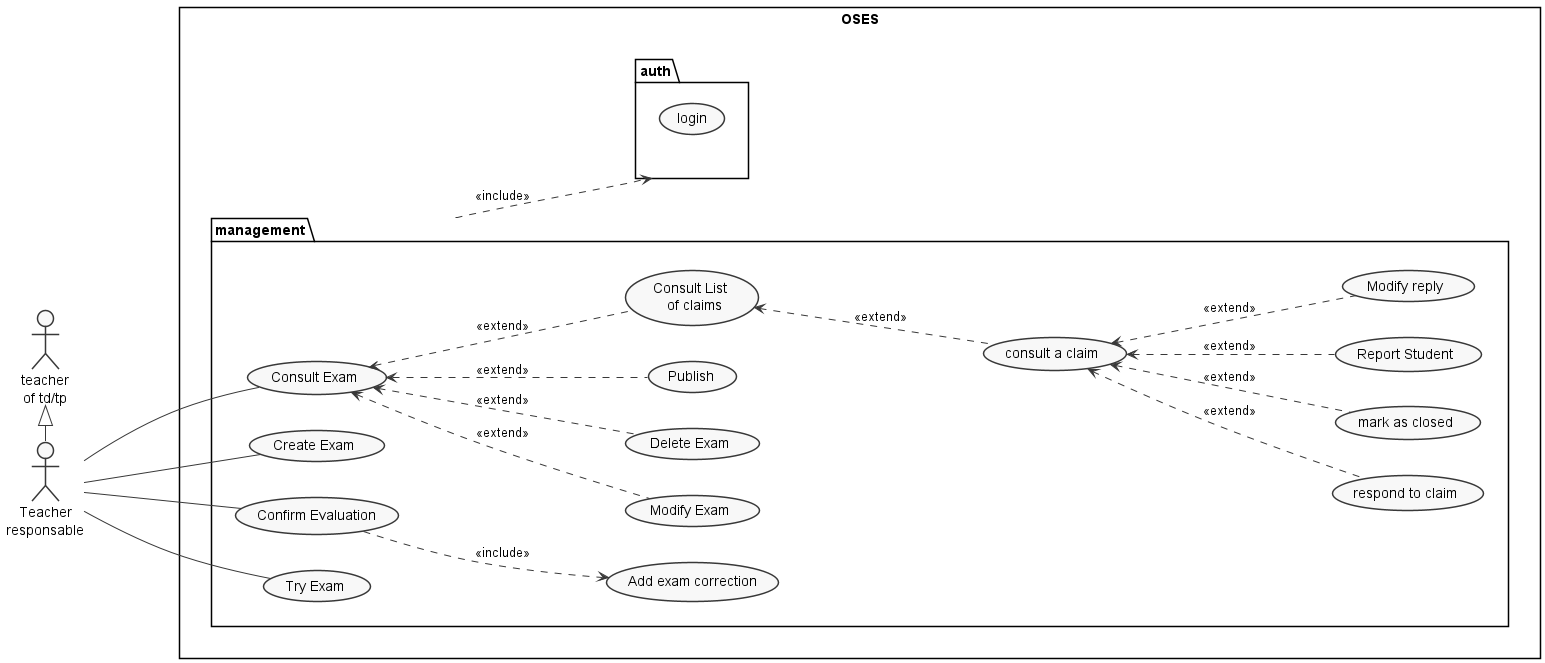
This is Chapters/images/Module_Teacher.png from OnlineSecureExamSystem/oses-essays-memos, a PlantUML export, as it was before one commit.
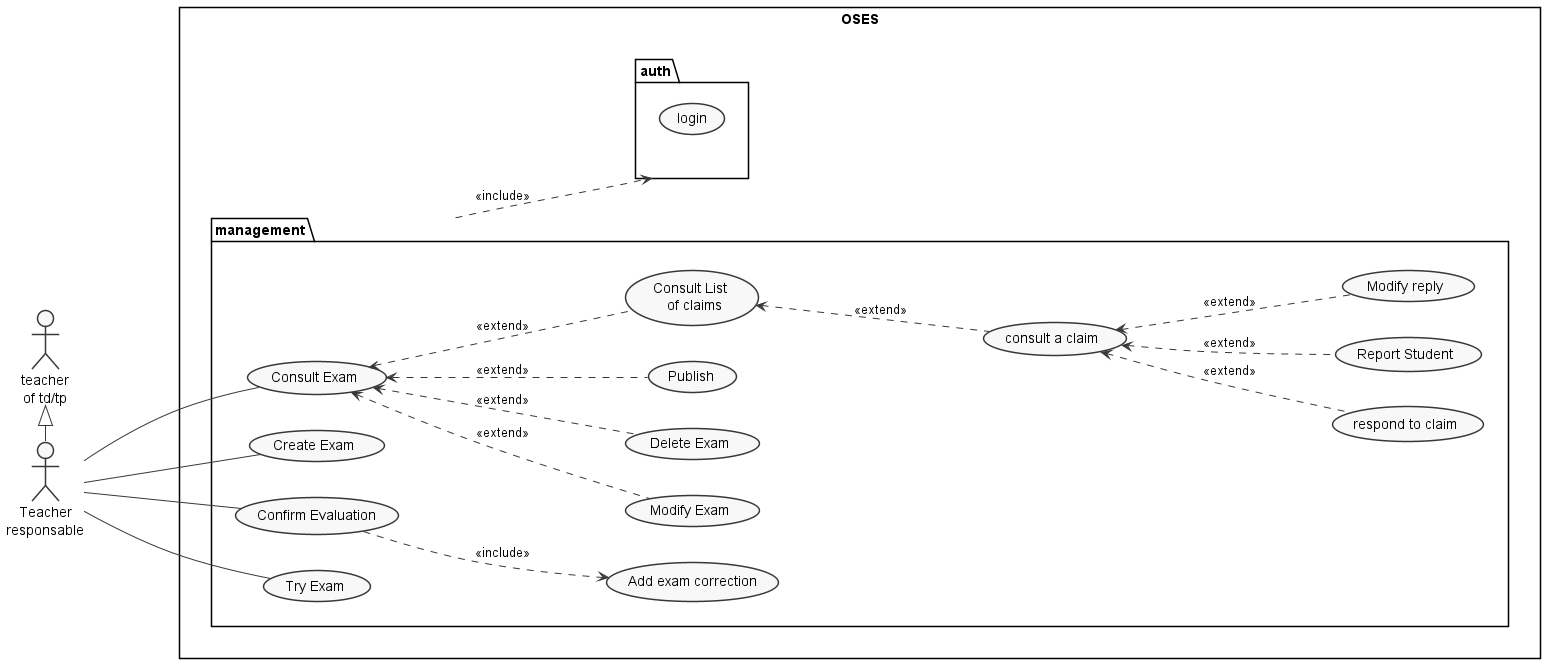
After the change.

The edit, as a diff of the source:
```diff
@@ -29,7 +29,7 @@
     (Consult Exam)  <.. (Consult List \n of claims):<<extend>>
     (Consult List \n of claims) <.. (consult a claim):<<extend>>
     (consult a claim) <.. (respond to claim):<<extend>>
-    (consult a claim) <.. (mark as closed):<<extend>>
+
     (consult a claim) <.. (Report Student):<<extend>>
     (consult a claim) <.. (Modify reply):<<extend>>
 
```
